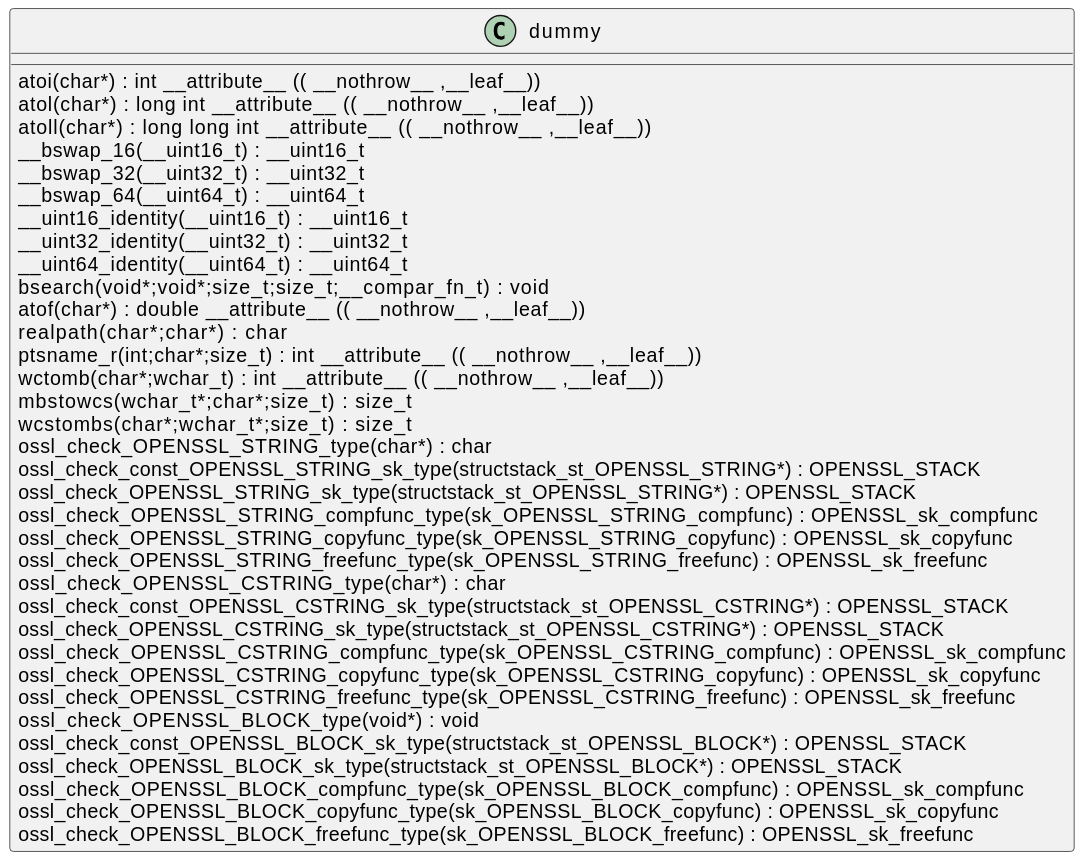
Above: docs/qc/providers/implementations/ciphers/ciphercommon_block.c.svg in qualitesys/openssl (PlantUML), before the change.
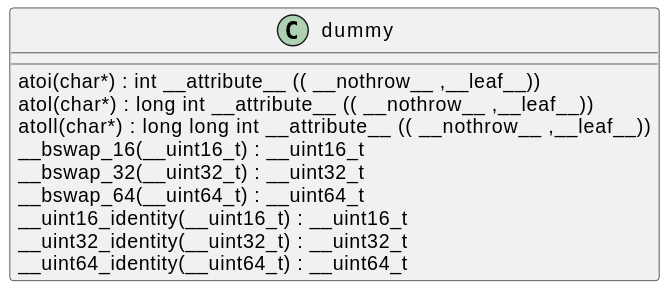
After the commit.

Diff of the diagram source:
```diff
@@ -10,30 +10,5 @@
 __uint16_identity(__uint16_t) : __uint16_t [[[./../../../.././qc/providers/implementations/ciphers/ciphercommon_block.c.html#547]]]
 __uint32_identity(__uint32_t) : __uint32_t [[[./../../../.././qc/providers/implementations/ciphers/ciphercommon_block.c.html#553]]]
 __uint64_identity(__uint64_t) : __uint64_t [[[./../../../.././qc/providers/implementations/ciphers/ciphercommon_block.c.html#559]]]
-bsearch(void*;void*;size_t;size_t;__compar_fn_t) :  void  [[[./../../../.././qc/providers/implementations/ciphers/ciphercommon_block.c.html#1243]]]
-atof(char*) :  double  __attribute__ (( __nothrow__ ,__leaf__)) [[[./../../../.././qc/providers/implementations/ciphers/ciphercommon_block.c.html#1]]]
-realpath(char*;char*) :  char  [[[./../../../.././qc/providers/implementations/ciphers/ciphercommon_block.c.html#1]]]
-ptsname_r(int;char*;size_t) :  int  __attribute__ (( __nothrow__ ,__leaf__)) [[[./../../../.././qc/providers/implementations/ciphers/ciphercommon_block.c.html#1]]]
-wctomb(char*;wchar_t) :  int  __attribute__ (( __nothrow__ ,__leaf__)) [[[./../../../.././qc/providers/implementations/ciphers/ciphercommon_block.c.html#1]]]
-mbstowcs(wchar_t*;char*;size_t) : size_t [[[./../../../.././qc/providers/implementations/ciphers/ciphercommon_block.c.html#1]]]
-wcstombs(char*;wchar_t*;size_t) : size_t [[[./../../../.././qc/providers/implementations/ciphers/ciphercommon_block.c.html#1]]]
-ossl_check_OPENSSL_STRING_type(char*) :  char  [[[./../../../.././qc/providers/implementations/ciphers/ciphercommon_block.c.html#1]]]
-ossl_check_const_OPENSSL_STRING_sk_type(structstack_st_OPENSSL_STRING*) : OPENSSL_STACK [[[./../../../.././qc/providers/implementations/ciphers/ciphercommon_block.c.html#1]]]
-ossl_check_OPENSSL_STRING_sk_type(structstack_st_OPENSSL_STRING*) : OPENSSL_STACK [[[./../../../.././qc/providers/implementations/ciphers/ciphercommon_block.c.html#1]]]
-ossl_check_OPENSSL_STRING_compfunc_type(sk_OPENSSL_STRING_compfunc) : OPENSSL_sk_compfunc [[[./../../../.././qc/providers/implementations/ciphers/ciphercommon_block.c.html#1]]]
-ossl_check_OPENSSL_STRING_copyfunc_type(sk_OPENSSL_STRING_copyfunc) : OPENSSL_sk_copyfunc [[[./../../../.././qc/providers/implementations/ciphers/ciphercommon_block.c.html#1]]]
-ossl_check_OPENSSL_STRING_freefunc_type(sk_OPENSSL_STRING_freefunc) : OPENSSL_sk_freefunc [[[./../../../.././qc/providers/implementations/ciphers/ciphercommon_block.c.html#1]]]
-ossl_check_OPENSSL_CSTRING_type(char*) :  char  [[[./../../../.././qc/providers/implementations/ciphers/ciphercommon_block.c.html#1]]]
-ossl_check_const_OPENSSL_CSTRING_sk_type(structstack_st_OPENSSL_CSTRING*) : OPENSSL_STACK [[[./../../../.././qc/providers/implementations/ciphers/ciphercommon_block.c.html#1]]]
-ossl_check_OPENSSL_CSTRING_sk_type(structstack_st_OPENSSL_CSTRING*) : OPENSSL_STACK [[[./../../../.././qc/providers/implementations/ciphers/ciphercommon_block.c.html#1]]]
-ossl_check_OPENSSL_CSTRING_compfunc_type(sk_OPENSSL_CSTRING_compfunc) : OPENSSL_sk_compfunc [[[./../../../.././qc/providers/implementations/ciphers/ciphercommon_block.c.html#1]]]
-ossl_check_OPENSSL_CSTRING_copyfunc_type(sk_OPENSSL_CSTRING_copyfunc) : OPENSSL_sk_copyfunc [[[./../../../.././qc/providers/implementations/ciphers/ciphercommon_block.c.html#1]]]
-ossl_check_OPENSSL_CSTRING_freefunc_type(sk_OPENSSL_CSTRING_freefunc) : OPENSSL_sk_freefunc [[[./../../../.././qc/providers/implementations/ciphers/ciphercommon_block.c.html#1]]]
-ossl_check_OPENSSL_BLOCK_type(void*) :  void  [[[./../../../.././qc/providers/implementations/ciphers/ciphercommon_block.c.html#1]]]
-ossl_check_const_OPENSSL_BLOCK_sk_type(structstack_st_OPENSSL_BLOCK*) : OPENSSL_STACK [[[./../../../.././qc/providers/implementations/ciphers/ciphercommon_block.c.html#1]]]
-ossl_check_OPENSSL_BLOCK_sk_type(structstack_st_OPENSSL_BLOCK*) : OPENSSL_STACK [[[./../../../.././qc/providers/implementations/ciphers/ciphercommon_block.c.html#1]]]
-ossl_check_OPENSSL_BLOCK_compfunc_type(sk_OPENSSL_BLOCK_compfunc) : OPENSSL_sk_compfunc [[[./../../../.././qc/providers/implementations/ciphers/ciphercommon_block.c.html#1]]]
-ossl_check_OPENSSL_BLOCK_copyfunc_type(sk_OPENSSL_BLOCK_copyfunc) : OPENSSL_sk_copyfunc [[[./../../../.././qc/providers/implementations/ciphers/ciphercommon_block.c.html#1]]]
-ossl_check_OPENSSL_BLOCK_freefunc_type(sk_OPENSSL_BLOCK_freefunc) : OPENSSL_sk_freefunc [[[./../../../.././qc/providers/implementations/ciphers/ciphercommon_block.c.html#1]]]
 }
 @enduml
```
